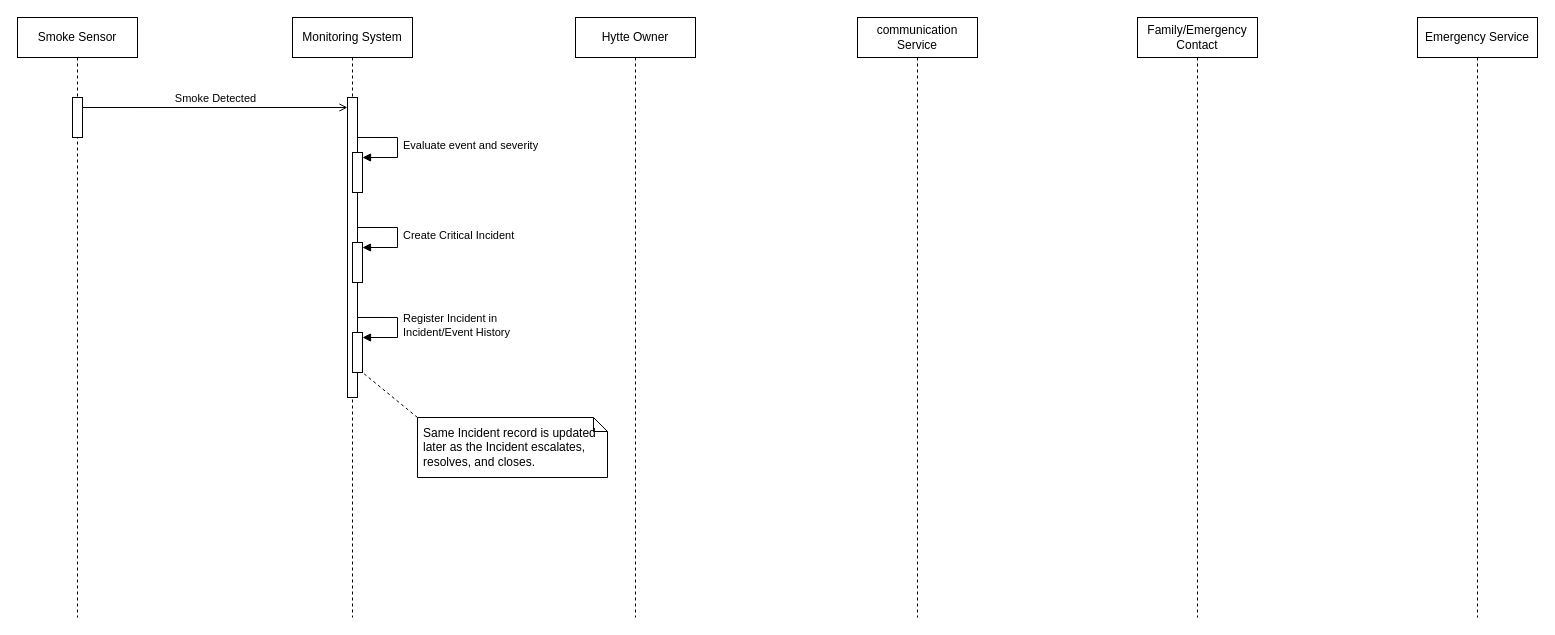
Before: model/sequence-diagram.drawio in hytte-monitoring/hytte-monitoring.github.io, a draw.io diagram. Source tidied: cells renumbered, new cells numbered last; positions are measured from the earlier drawing's top-left corner, leaving out a move shared by most shapes. Both pictures are drawn from the tidied source at 100%, with x=0, y=0 at pixel (17, 17).
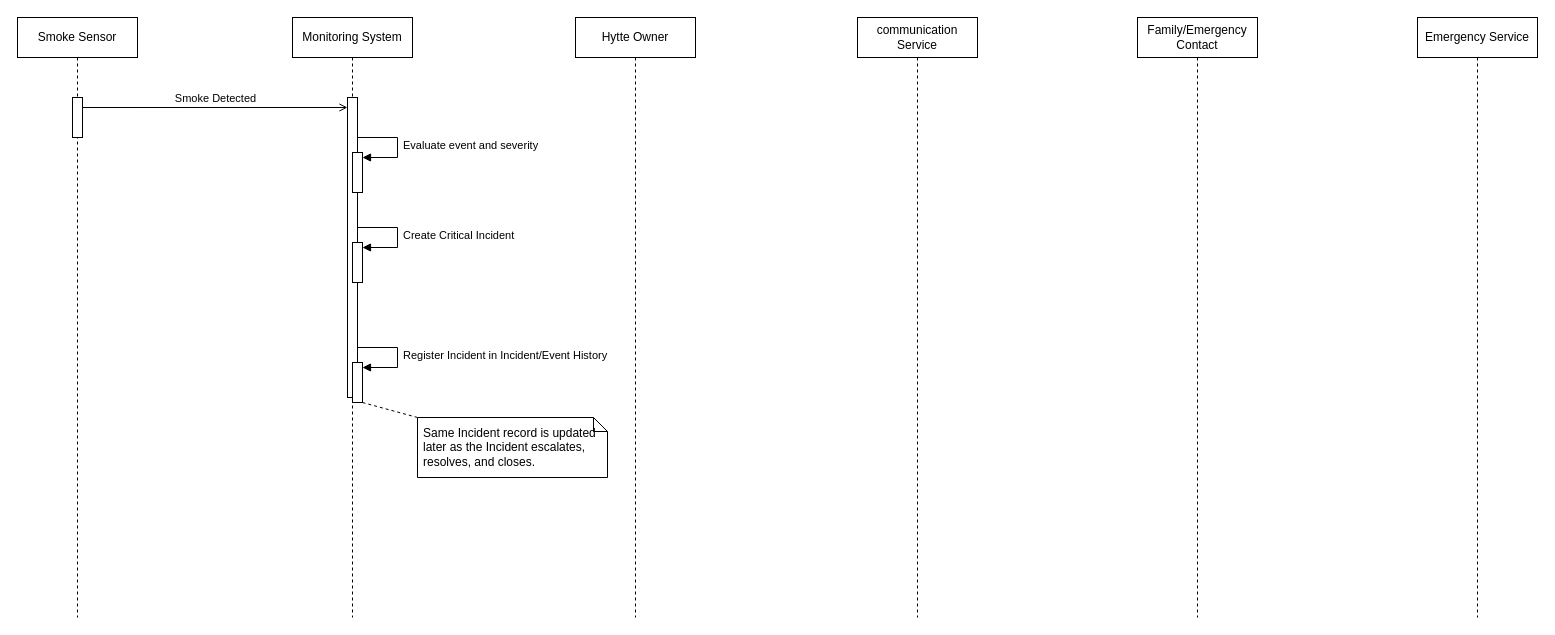
The same diagram, later.

Commit message:
Move history registration self-call lower

The change refers to these unchanged cells:
```xml
<mxCell id="4" value="Monitoring System" style="shape=umlLifeline;perimeter=lifelinePerimeter;whiteSpace=wrap;html=1;newEdgeStyle={&quot;curved&quot;:0,&quot;rounded&quot;:0};size=40;" parent="1" vertex="1">
  <mxGeometry x="275" width="120" height="600" as="geometry" />
</mxCell>
<mxCell id="5" style="html=1;perimeter=orthogonalPerimeter;outlineConnect=0;targetShapes=umlLifeline;portConstraint=eastwest;newEdgeStyle={&quot;curved&quot;:0,&quot;rounded&quot;:0};" parent="4" vertex="1">
  <mxGeometry x="55" y="80" width="10" height="300" as="geometry" />
</mxCell>
```

What changed in the source:
```diff
@@
     <mxCell id="8" style="html=1;perimeter=orthogonalPerimeter;outlineConnect=0;targetShapes=umlLifeline;portConstraint=eastwest;newEdgeStyle={&quot;curved&quot;:0,&quot;rounded&quot;:0};" parent="4" vertex="1">
-      <mxGeometry x="60" y="315" width="10" height="40" as="geometry" />
+      <mxGeometry x="60" y="345" width="10" height="40" as="geometry" />
     </mxCell>
@@
-    <mxCell id="16" value="Register Incident in&lt;br&gt;Incident/Event History" style="html=1;align=left;verticalAlign=middle;spacingLeft=4;endArrow=block;curved=0;rounded=0;exitX=1;exitY=0.7333;entryX=1;entryY=0.125;" parent="1" edge="1" source="5" target="8">
+    <mxCell id="16" value="Register Incident in Incident/Event History" style="html=1;align=left;verticalAlign=middle;spacingLeft=4;labelBackgroundColor=default;endArrow=block;curved=0;rounded=0;exitX=1;exitY=0.8333;entryX=1;entryY=0.125;" parent="1" edge="1" source="5" target="8">
       <mxGeometry relative="1" as="geometry">
         <Array as="points">
-          <mxPoint x="380" y="300" />
-          <mxPoint x="380" y="320" />
+          <mxPoint x="380" y="330" />
+          <mxPoint x="380" y="350" />
         </Array>
       </mxGeometry>
     </mxCell>
```
